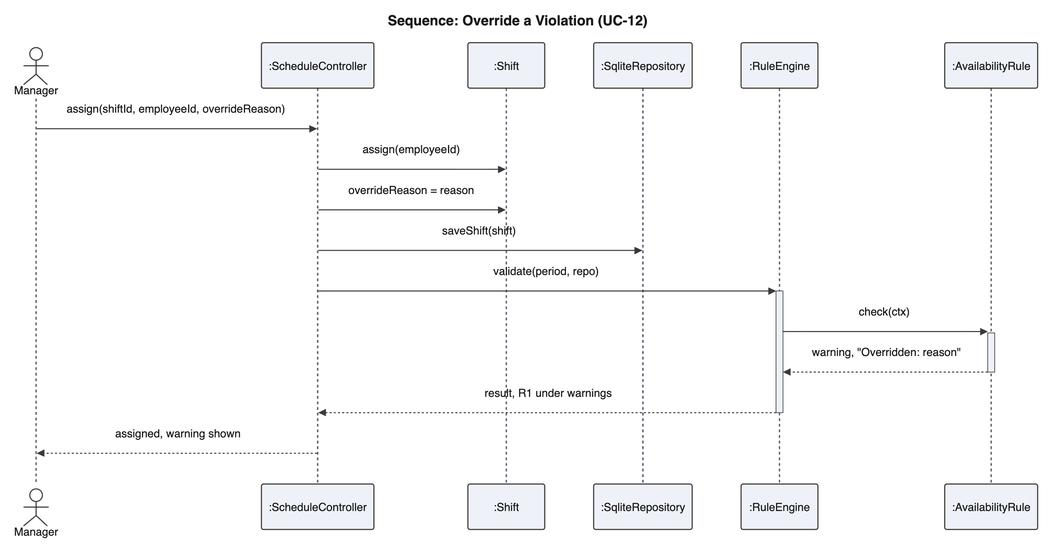
The Mermaid diagram diagrams/images/interactions/sd_override.png in perfettiful/ShiftChex, before a commit. Its source is kept beside it as diagrams/mmd/interactions/sd_override.mmd.
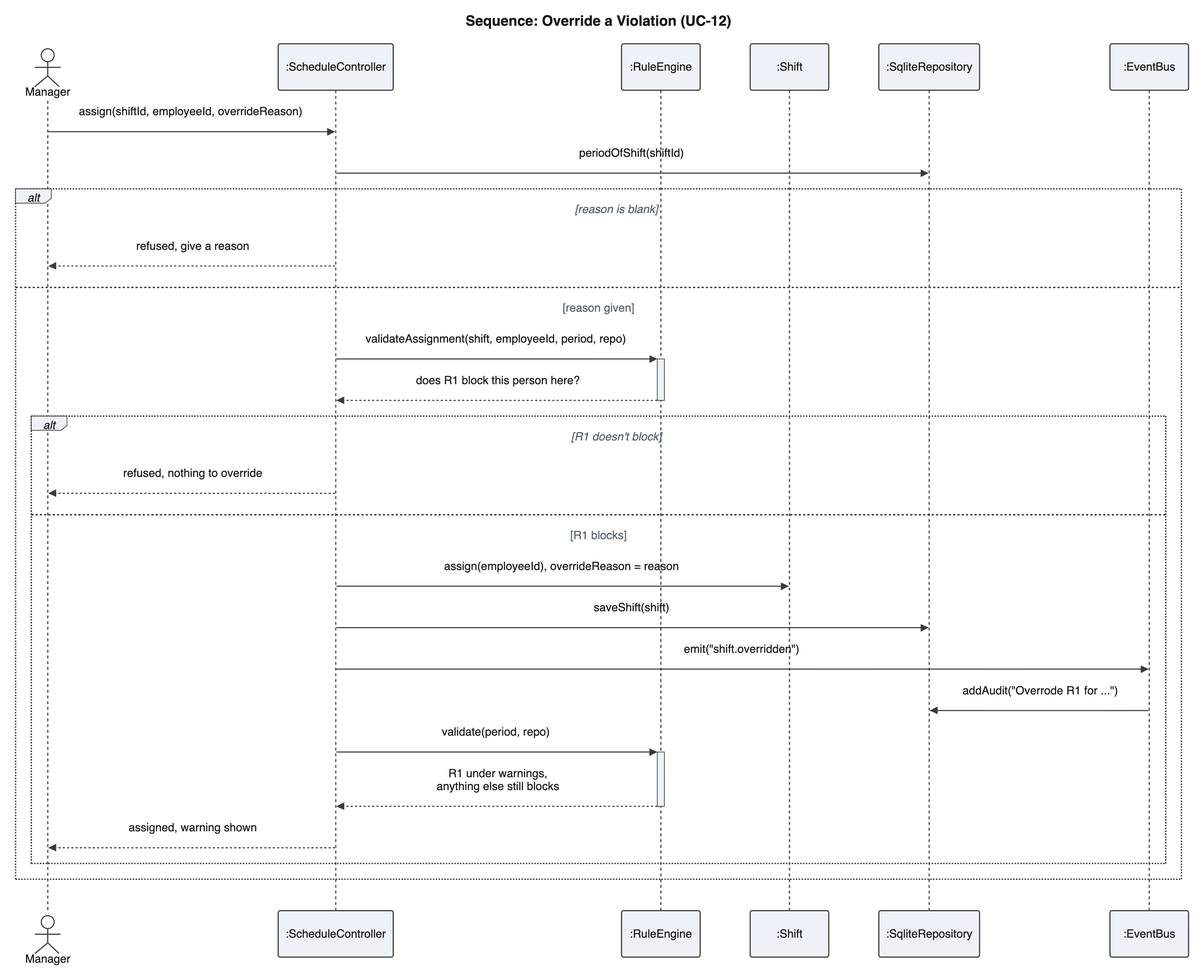
The same file after the commit.

Change to the diagram source:
```diff
@@ -4,16 +4,26 @@
 sequenceDiagram
     actor Manager
     participant SC as :ScheduleController
+    participant RE as :RuleEngine
     participant Sh as :Shift
     participant Repo as :SqliteRepository
-    participant RE as :RuleEngine
-    participant R1 as :AvailabilityRule
+    participant Bus as :EventBus
     Manager->>SC: assign(shiftId, employeeId, overrideReason)
-    SC->>Sh: assign(employeeId)
-    SC->>Sh: overrideReason = reason
-    SC->>Repo: saveShift(shift)
-    SC->>+RE: validate(period, repo)
-    RE->>+R1: check(ctx)
-    R1-->>-RE: warning, "Overridden: reason"
-    RE-->>-SC: result, R1 under warnings
-    SC-->>Manager: assigned, warning shown
+    SC->>Repo: periodOfShift(shiftId)
+    alt reason is blank
+        SC-->>Manager: refused, give a reason
+    else reason given
+        SC->>+RE: validateAssignment(shift, employeeId, period, repo)
+        RE-->>-SC: does R1 block this person here?
+        alt R1 doesn't block
+            SC-->>Manager: refused, nothing to override
+        else R1 blocks
+            SC->>Sh: assign(employeeId), overrideReason = reason
+            SC->>Repo: saveShift(shift)
+            SC->>Bus: emit("shift.overridden")
+            Bus->>Repo: addAudit("Overrode R1 for ...")
+            SC->>+RE: validate(period, repo)
+            RE-->>-SC: R1 under warnings,<br/>anything else still blocks
+            SC-->>Manager: assigned, warning shown
+        end
+    end
```
